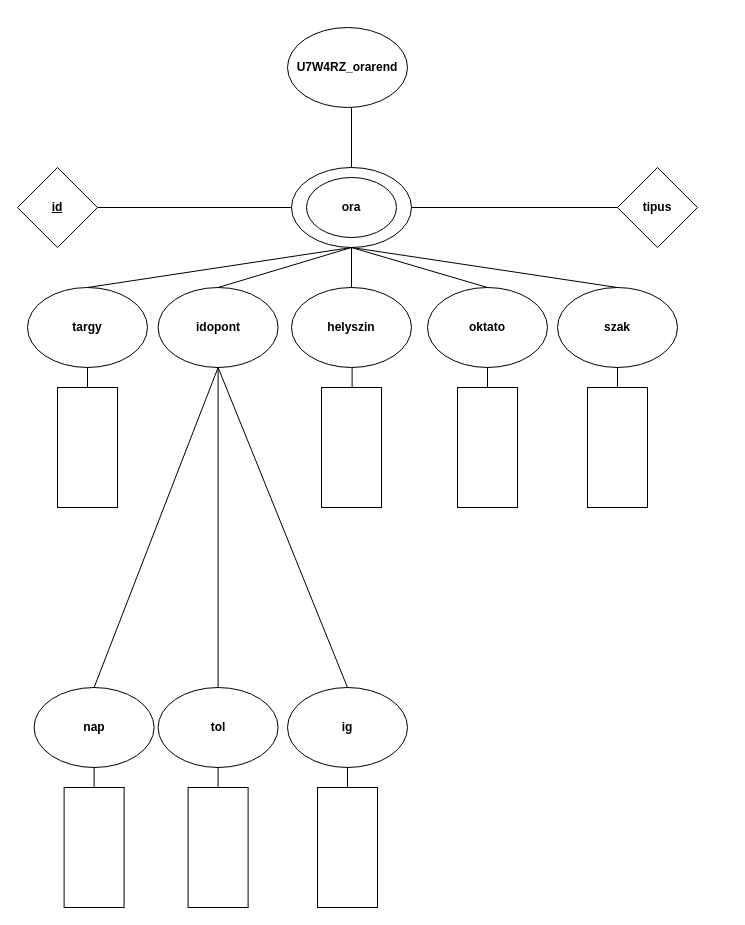
Valkenzo/U7W4RZWebXML keeps this draw.io diagram as U7W4RZ_0917/U7W4RZ.orarendXDM.drawio. Above is the earlier version. Source tidied: cells renumbered, new cells numbered last; positions are measured from the earlier drawing's top-left corner, leaving out a move shared by most shapes. Both pictures are drawn from the tidied source at 100%, with x=0, y=0 at pixel (17, 27).
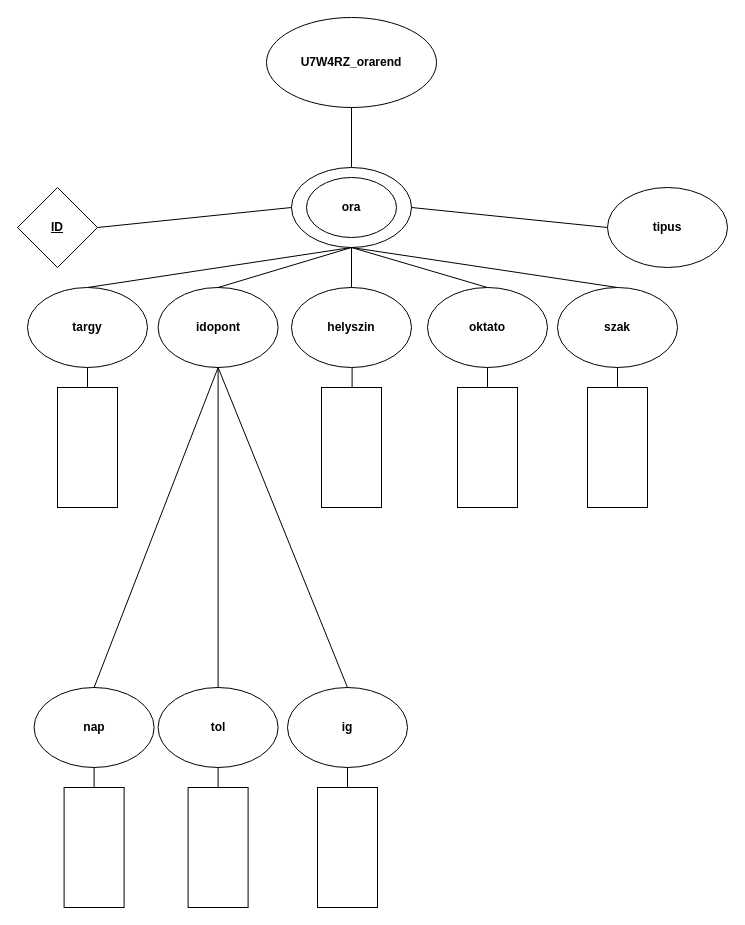
After the change.

The change refers to these unchanged cells:
```xml
<mxCell id="4" value="&lt;b&gt;ora&lt;/b&gt;" style="ellipse;whiteSpace=wrap;html=1;" parent="1" vertex="1">
  <mxGeometry x="274" y="140" width="120" height="80" as="geometry" />
</mxCell>
```

Change to the diagram source:
```diff
@@
     <mxCell id="2" value="&lt;b&gt;U7W4RZ_orarend&lt;/b&gt;" style="ellipse;whiteSpace=wrap;html=1;" parent="1" vertex="1">
-      <mxGeometry x="270" width="120" height="80" as="geometry" />
+      <mxGeometry x="249" y="-10" width="170" height="90" as="geometry" />
     </mxCell>
@@
-    <mxCell id="6" value="&lt;b&gt;&lt;u&gt;id&lt;/u&gt;&lt;/b&gt;" style="rhombus;whiteSpace=wrap;html=1;" parent="1" vertex="1">
-      <mxGeometry y="140" width="80" height="80" as="geometry" />
+    <mxCell id="6" value="&lt;b&gt;&lt;u&gt;ID&lt;/u&gt;&lt;/b&gt;" style="rhombus;whiteSpace=wrap;html=1;" parent="1" vertex="1">
+      <mxGeometry y="160" width="80" height="80" as="geometry" />
     </mxCell>
-    <mxCell id="7" value="&lt;b&gt;tipus&lt;/b&gt;" style="rhombus;whiteSpace=wrap;html=1;" parent="1" vertex="1">
-      <mxGeometry x="600" y="140" width="80" height="80" as="geometry" />
-    </mxCell>
@@
-    <mxCell id="39" style="endArrow=none;html=1;rounded=0;entryX=1;entryY=0.5;entryDx=0;entryDy=0;exitX=0;exitY=0.5;exitDx=0;exitDy=0;" parent="1" edge="1" source="7" target="4">
-      <mxGeometry relative="1" as="geometry" />
+    <mxCell id="39" style="endArrow=none;html=1;rounded=0;entryX=1;entryY=0.5;entryDx=0;entryDy=0;" parent="1" edge="1" target="4">
+      <mxGeometry relative="1" as="geometry">
+        <mxPoint x="590" y="200" as="sourcePoint" />
+      </mxGeometry>
     </mxCell>
+    <mxCell id="7" value="&lt;b&gt;tipus&lt;/b&gt;" style="ellipse;whiteSpace=wrap;html=1;" parent="1" vertex="1">
+      <mxGeometry x="590" y="160" width="120" height="80" as="geometry" />
+    </mxCell>
```
